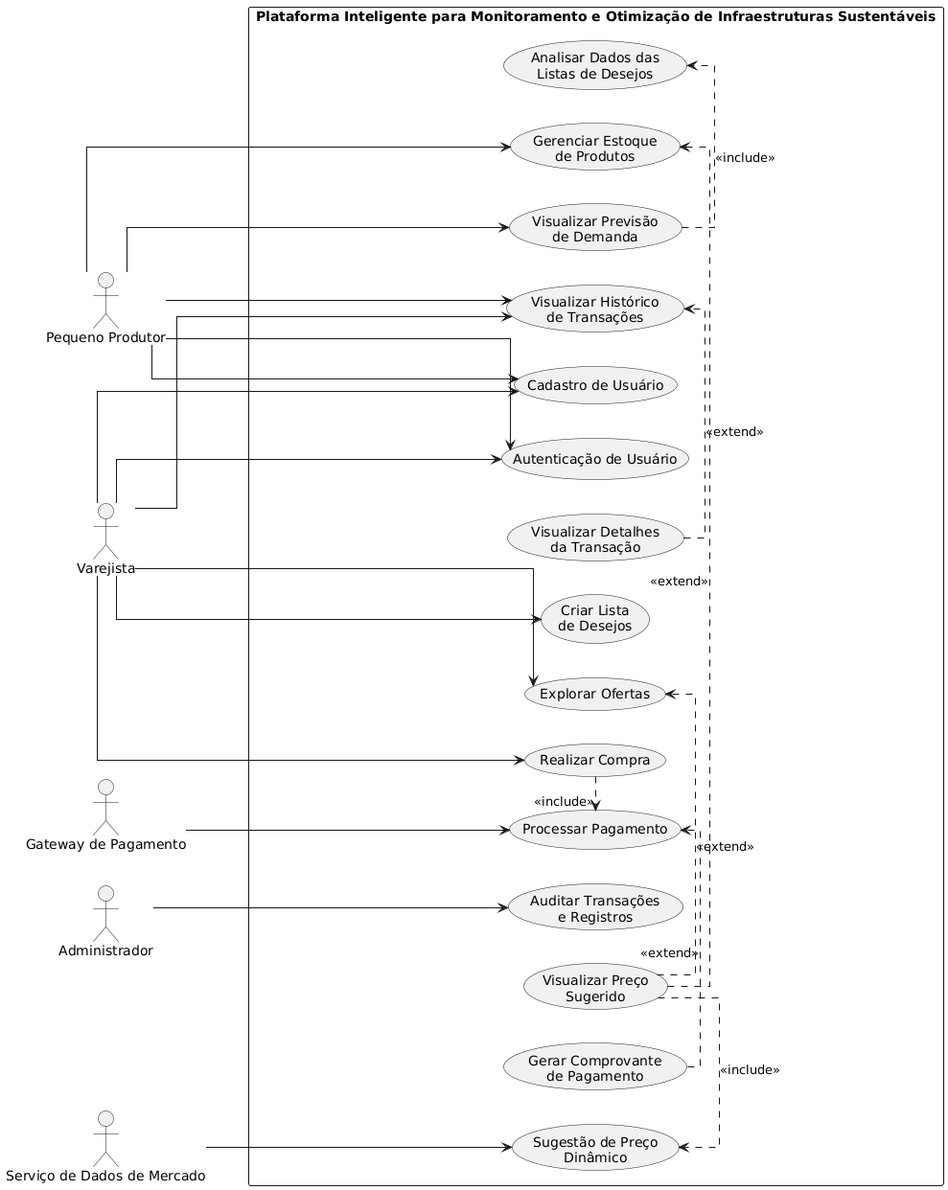
Before: attachments/uml_casos_de_uso.png, a diagram exported from PlantUML (nahel-argama/PI_III_2026_TB_BAD_THREE_PI).
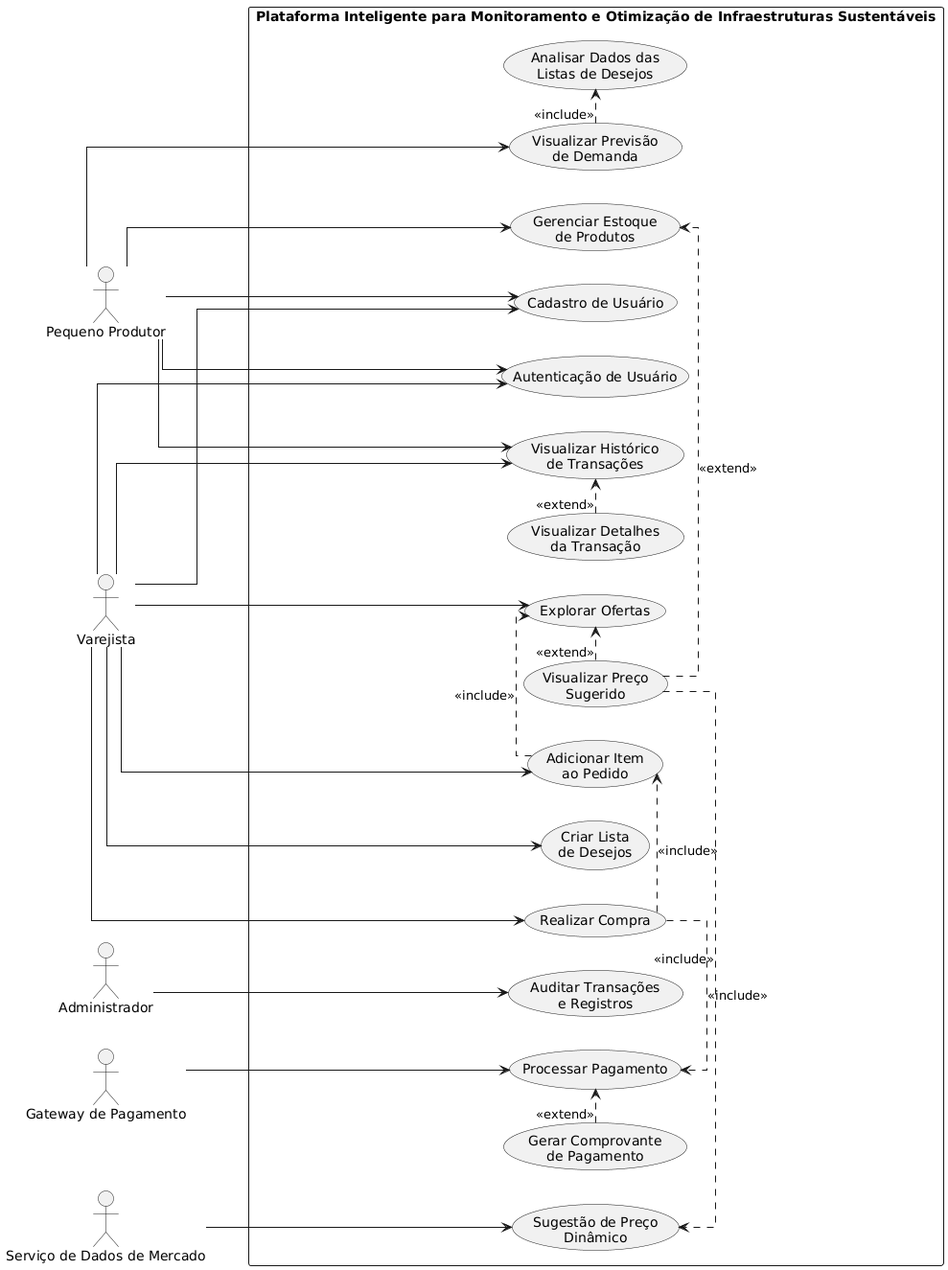
The same file after the commit.

Diff of the diagram source:
```diff
@@ -16,20 +16,29 @@
 
   usecase "Cadastro de Usuário" as UC01
   usecase "Autenticação de Usuário" as UC02
+
   usecase "Gerenciar Estoque\nde Produtos" as UC03
+
   usecase "Criar Lista\nde Desejos" as UC04
   usecase "Explorar Ofertas" as UC05
+
+  usecase "Adicionar Item\nao Pedido" as UC13
+
   usecase "Visualizar Previsão\nde Demanda" as UC06
   usecase "Sugestão de Preço\nDinâmico" as UC07
+  usecase "Visualizar Preço\nSugerido" as UC05A
+
   usecase "Realizar Compra" as UC08
   usecase "Processar Pagamento" as UC09
   usecase "Gerar Comprovante\nde Pagamento" as UC11
+
   usecase "Visualizar Histórico\nde Transações" as UC10
+  usecase "Visualizar Detalhes\nda Transação" as UCA4
+
+  usecase "Analisar Dados das\nListas de Desejos" as UCA3
   usecase "Auditar Transações\ne Registros" as UC12
-  usecase "Analisar Dados das\nListas de Desejos" as UCA3
-  usecase "Visualizar Detalhes\nda Transação" as UCA4
-  usecase "Visualizar Preço\nSugerido" as UC05A
 }
+
 
 Produtor --> UC01
 Produtor --> UC02
@@ -41,21 +50,31 @@
 Varejista --> UC02
 Varejista --> UC04
 Varejista --> UC05
+Varejista --> UC13
 Varejista --> UC08
 Varejista --> UC10
 
 Admin --> UC12
+
 Gateway --> UC09
+
 Mercado --> UC07
 
+
+UC13 .> UC05 : <<include>>
+
+UC08 .> UC13 : <<include>>
 UC08 .> UC09 : <<include>>
+
 UC06 .> UCA3 : <<include>>
 
 UC05A .> UC07 : <<include>>
+
 
 UC05A .> UC03 : <<extend>>
 UC05A .> UC05 : <<extend>>
 
 UC11 .> UC09 : <<extend>>
+
 UCA4 .> UC10 : <<extend>>
 @enduml
```
